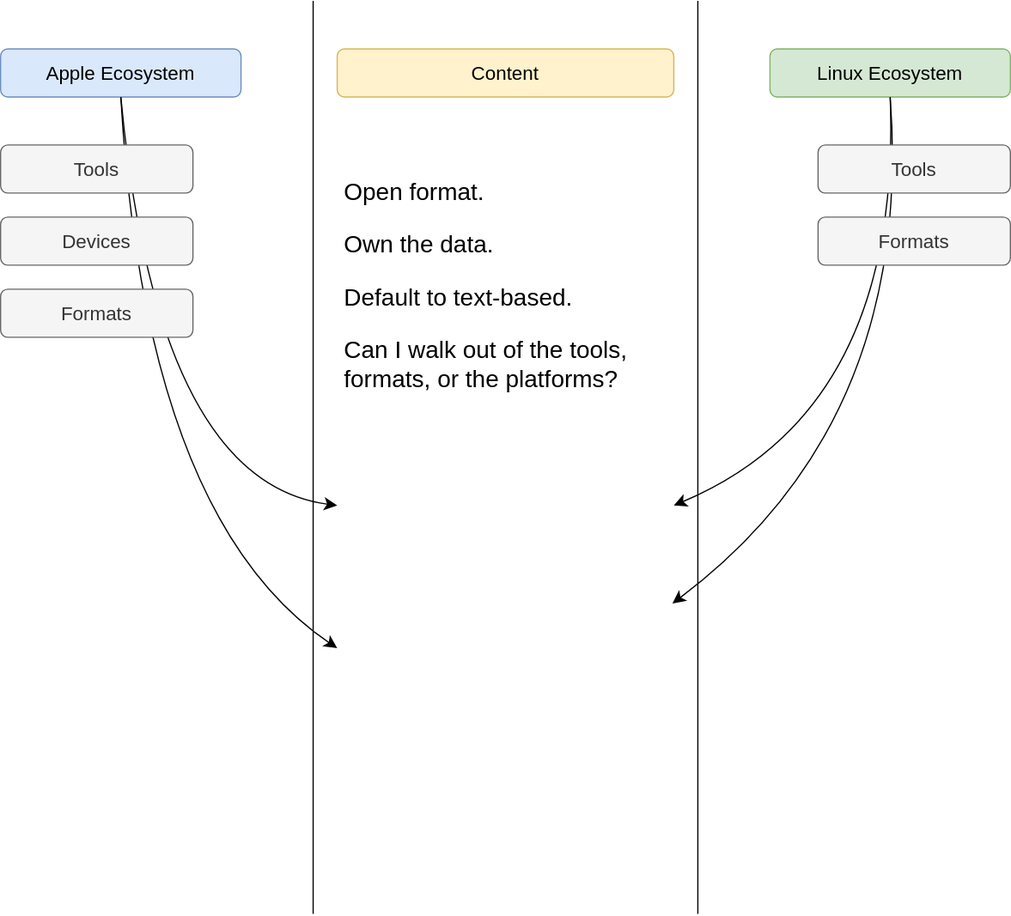
Earlier version of the draw.io export img/oinam/oinam-digital-content-organization.svg (oinam/cdn.oinam.com). Source tidied: cells renumbered, new cells last; positions are measured from the earlier drawing's top-left corner, leaving out a move shared by most shapes.
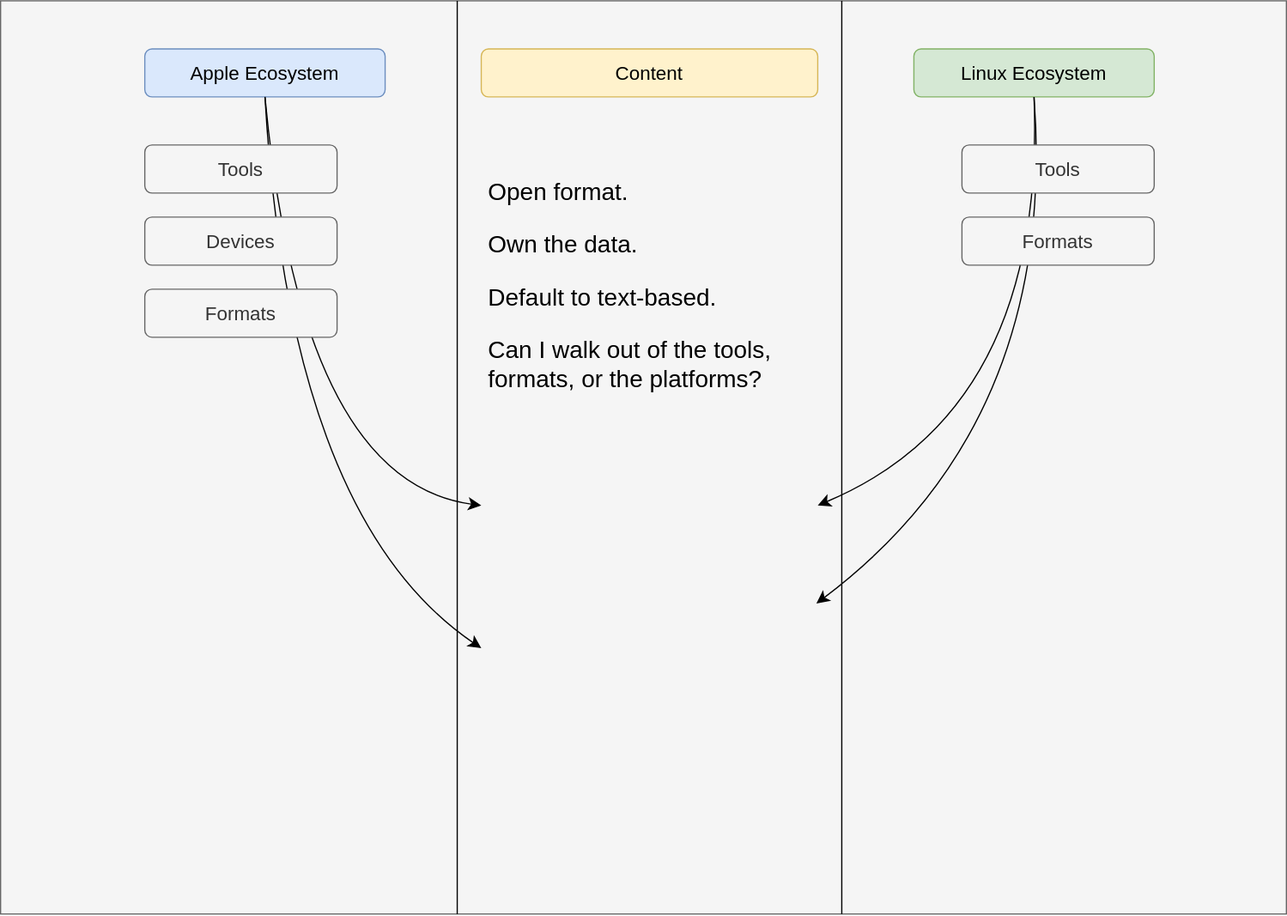
Above is the later version.

Commit message:
Oinam Digital Organization

Change to the diagram source:
```diff
@@ -2,6 +2,9 @@
   <root>
     <mxCell id="0" />
     <mxCell id="1" parent="0" />
+    <mxCell id="17" style="rounded=0;whiteSpace=wrap;html=1;fontSize=16;fillColor=#f5f5f5;fontColor=#333333;strokeColor=#666666;" parent="1" vertex="1">
+      <mxGeometry x="-120" width="1070" height="760" as="geometry" />
+    </mxCell>
     <mxCell id="2" style="endArrow=classic;html=1;fontSize=20;startSize=8;endSize=8;entryX=0;entryY=0.698;entryDx=0;entryDy=0;curved=1;exitX=0.5;exitY=1;exitDx=0;exitDy=0;entryPerimeter=0;" parent="1" edge="1" source="4" target="9">
       <mxGeometry relative="1" as="geometry">
         <Array as="points">
```
